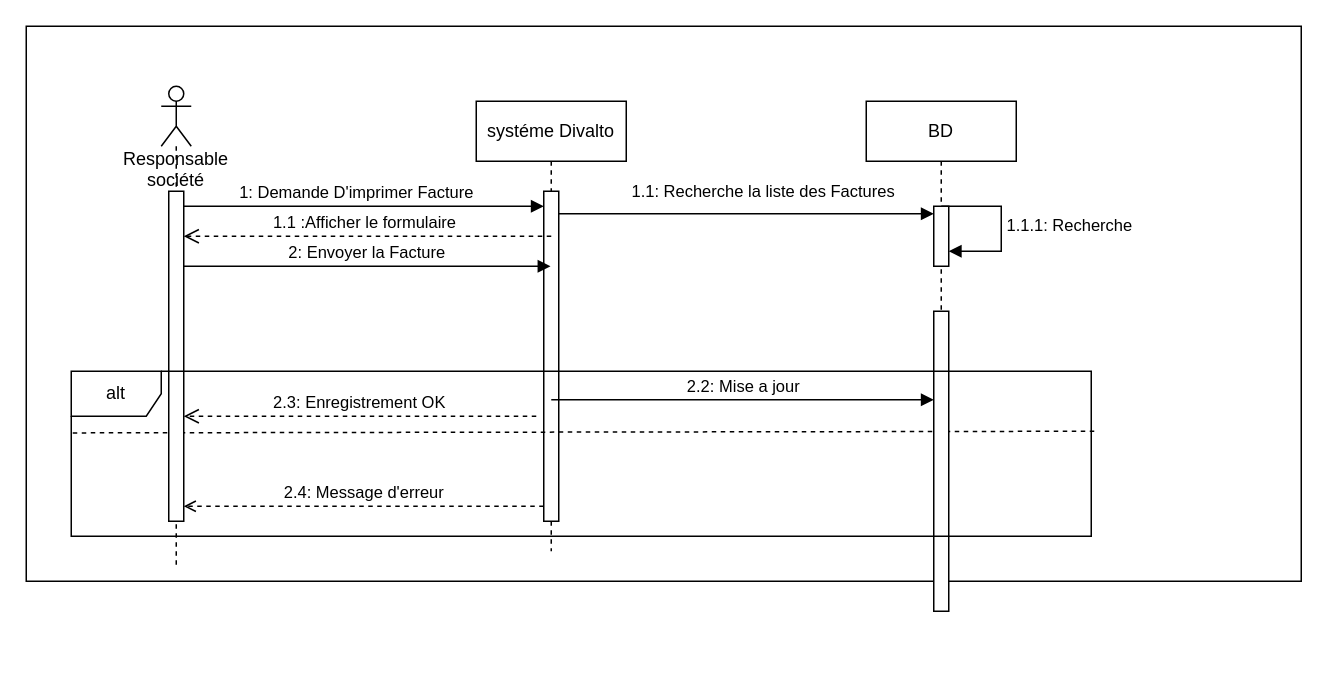
labidimahdi/diagrams keeps this draw.io diagram as imp.drawio. Above is the earlier version. Source tidied: cells renumbered, new cells numbered last; positions are measured from the earlier drawing's top-left corner, leaving out a move shared by most shapes. Both pictures are drawn from the tidied source at 150%, with x=0, y=0 at pixel (26, 26).
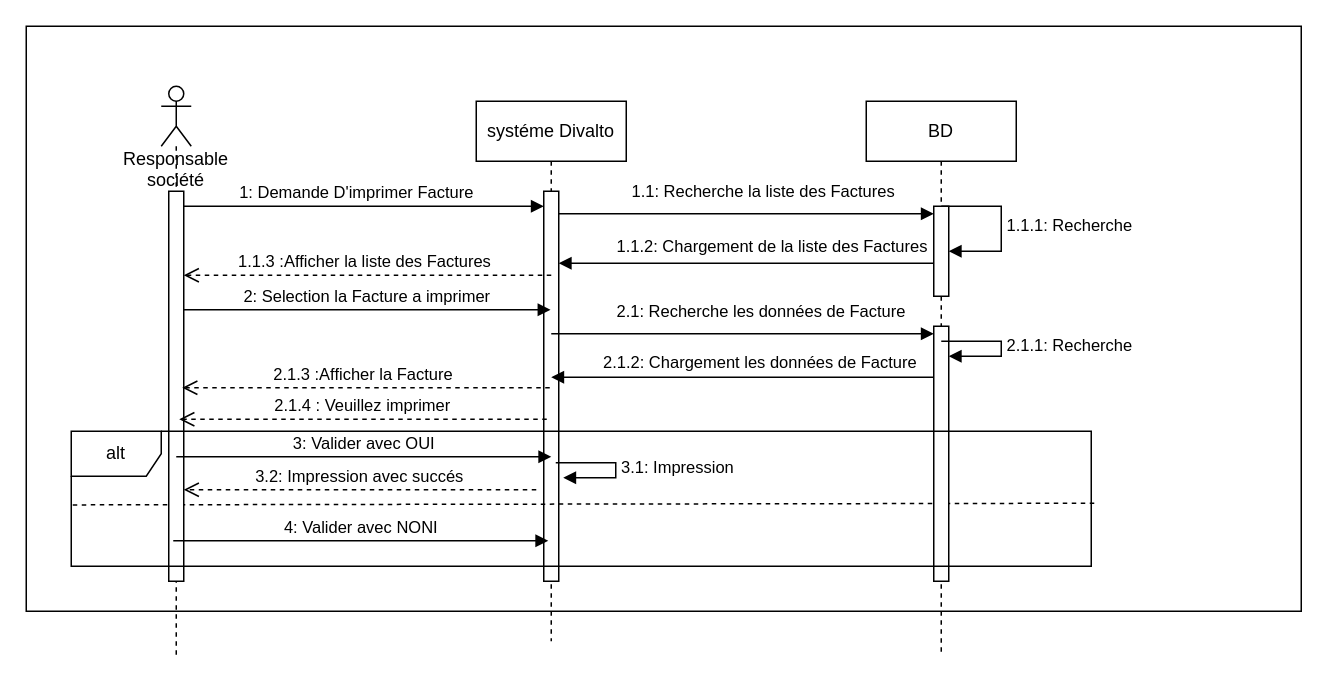
After the change.

Commit message (it also covers changes not shown here):
Mettre à jour imp.drawio

Change to the diagram source:
```diff
@@
     <mxCell id="2" style="rounded=0;whiteSpace=wrap;html=1;" parent="1" vertex="1">
-      <mxGeometry width="850" height="370" as="geometry" />
+      <mxGeometry width="850" height="390" as="geometry" />
     </mxCell>
     <mxCell id="3" value="systéme Divalto" style="shape=umlLifeline;perimeter=lifelinePerimeter;whiteSpace=wrap;html=1;outlineConnect=0;portConstraint=eastwest;newEdgeStyle={&quot;edgeStyle&quot;:&quot;elbowEdgeStyle&quot;,&quot;elbow&quot;:&quot;vertical&quot;,&quot;curved&quot;:0,&quot;rounded&quot;:0};" parent="1" vertex="1">
-      <mxGeometry x="300" y="50" width="100" height="300" as="geometry" />
+      <mxGeometry x="300" y="50" width="100" height="360" as="geometry" />
     </mxCell>
@@
     <mxCell id="5" style="html=1;points=[];perimeter=orthogonalPerimeter;outlineConnect=0;targetShapes=umlLifeline;portConstraint=eastwest;newEdgeStyle={&quot;edgeStyle&quot;:&quot;elbowEdgeStyle&quot;,&quot;elbow&quot;:&quot;vertical&quot;,&quot;curved&quot;:0,&quot;rounded&quot;:0};" parent="3" vertex="1">
-      <mxGeometry x="45" y="60" width="10" height="220" as="geometry" />
+      <mxGeometry x="45" y="60" width="10" height="260" as="geometry" />
     </mxCell>
@@
     <mxCell id="7" style="html=1;verticalAlign=bottom;endArrow=none;dashed=1;endSize=8;elbow=vertical;rounded=0;entryX=0;entryY=0.455;entryDx=0;entryDy=0;entryPerimeter=0;exitX=1.003;exitY=0.445;exitDx=0;exitDy=0;exitPerimeter=0;endFill=0;" parent="1" edge="1">
       <mxGeometry relative="1" as="geometry">
-        <mxPoint x="712" y="270" as="sourcePoint" />
-        <mxPoint x="30" y="271.1" as="targetPoint" />
+        <mxPoint x="712" y="318" as="sourcePoint" />
+        <mxPoint x="30" y="319.1" as="targetPoint" />
       </mxGeometry>
     </mxCell>
-    <mxCell id="8" value="2: Envoyer la Facture" style="html=1;verticalAlign=bottom;endArrow=block;edgeStyle=elbowEdgeStyle;elbow=vertical;curved=0;rounded=0;" parent="1" edge="1" source="10" target="3">
+    <mxCell id="8" value="2: Selection la Facture a imprimer" style="html=1;verticalAlign=bottom;endArrow=block;edgeStyle=elbowEdgeStyle;elbow=vertical;curved=0;rounded=0;" parent="1" edge="1">
       <mxGeometry relative="1" as="geometry">
+        <mxPoint x="105" y="189" as="sourcePoint" />
+        <mxPoint x="349.5" y="189" as="targetPoint" />
         <Array as="points">
-          <mxPoint x="190" y="160" />
+          <mxPoint x="190" y="189" />
         </Array>
       </mxGeometry>
     </mxCell>
     <mxCell id="9" value="&lt;br&gt;&lt;br&gt;&lt;br&gt;&lt;br&gt;&lt;br&gt;Responsable société" style="shape=umlLifeline;perimeter=lifelinePerimeter;whiteSpace=wrap;html=1;newEdgeStyle={&quot;edgeStyle&quot;:&quot;elbowEdgeStyle&quot;,&quot;elbow&quot;:&quot;vertical&quot;,&quot;curved&quot;:0,&quot;rounded&quot;:0};participant=umlActor;align=center;" parent="1" vertex="1">
-      <mxGeometry x="90" y="40" width="20" height="320" as="geometry" />
+      <mxGeometry x="90" y="40" width="20" height="380" as="geometry" />
     </mxCell>
     <mxCell id="10" style="html=1;points=[];perimeter=orthogonalPerimeter;outlineConnect=0;targetShapes=umlLifeline;portConstraint=eastwest;newEdgeStyle={&quot;edgeStyle&quot;:&quot;elbowEdgeStyle&quot;,&quot;elbow&quot;:&quot;vertical&quot;,&quot;curved&quot;:0,&quot;rounded&quot;:0};" parent="9" vertex="1">
-      <mxGeometry x="5" y="70" width="10" height="220" as="geometry" />
+      <mxGeometry x="5" y="70" width="10" height="260" as="geometry" />
     </mxCell>
     <mxCell id="11" value="BD" style="shape=umlLifeline;perimeter=lifelinePerimeter;whiteSpace=wrap;html=1;newEdgeStyle={&quot;edgeStyle&quot;:&quot;elbowEdgeStyle&quot;,&quot;elbow&quot;:&quot;vertical&quot;,&quot;curved&quot;:0,&quot;rounded&quot;:0};" parent="1" vertex="1">
-      <mxGeometry x="560" y="50" width="100" height="310" as="geometry" />
+      <mxGeometry x="560" y="50" width="100" height="370" as="geometry" />
     </mxCell>
     <mxCell id="12" style="html=1;points=[];perimeter=orthogonalPerimeter;outlineConnect=0;targetShapes=umlLifeline;portConstraint=eastwest;newEdgeStyle={&quot;edgeStyle&quot;:&quot;elbowEdgeStyle&quot;,&quot;elbow&quot;:&quot;vertical&quot;,&quot;curved&quot;:0,&quot;rounded&quot;:0};" parent="11" vertex="1">
-      <mxGeometry x="45" y="140" width="10" height="200" as="geometry" />
+      <mxGeometry x="45" y="150" width="10" height="170" as="geometry" />
     </mxCell>
     <mxCell id="13" style="html=1;perimeter=orthogonalPerimeter;targetShapes=umlLifeline;newEdgeStyle={&quot;edgeStyle&quot;:&quot;elbowEdgeStyle&quot;,&quot;elbow&quot;:&quot;vertical&quot;,&quot;curved&quot;:0,&quot;rounded&quot;:0};" parent="11" vertex="1">
-      <mxGeometry x="45" y="70" width="10" height="40" as="geometry" />
+      <mxGeometry x="45" y="70" width="10" height="60" as="geometry" />
     </mxCell>
-    <mxCell id="14" value="1.1 :Afficher le formulaire&amp;nbsp;" style="html=1;verticalAlign=bottom;endArrow=open;dashed=1;endSize=8;edgeStyle=elbowEdgeStyle;elbow=vertical;curved=0;rounded=0;" parent="1" edge="1" target="10">
+    <mxCell id="14" value="1.1.3 :Afficher la liste des Factures&amp;nbsp;" style="html=1;verticalAlign=bottom;endArrow=open;dashed=1;endSize=8;edgeStyle=elbowEdgeStyle;elbow=vertical;curved=0;rounded=0;" parent="1" edge="1">
       <mxGeometry relative="1" as="geometry">
-        <mxPoint x="350" y="140" as="sourcePoint" />
+        <mxPoint x="350" y="166" as="sourcePoint" />
+        <mxPoint x="105" y="166" as="targetPoint" />
       </mxGeometry>
     </mxCell>
     <mxCell id="15" value="alt" style="shape=umlFrame;whiteSpace=wrap;html=1;" parent="1" vertex="1">
-      <mxGeometry x="30" y="230" width="680" height="110" as="geometry" />
+      <mxGeometry x="30" y="270" width="680" height="90" as="geometry" />
     </mxCell>
-    <mxCell id="16" value="2.3: Enregistrement OK" style="html=1;verticalAlign=bottom;endArrow=open;dashed=1;endSize=8;edgeStyle=elbowEdgeStyle;elbow=vertical;curved=0;rounded=0;" parent="1" edge="1" target="10">
+    <mxCell id="16" value="3.2: Impression avec succés" style="html=1;verticalAlign=bottom;endArrow=open;dashed=1;endSize=8;edgeStyle=elbowEdgeStyle;elbow=vertical;curved=0;rounded=0;" parent="1" edge="1">
       <mxGeometry relative="1" as="geometry">
-        <mxPoint x="340" y="260" as="sourcePoint" />
+        <mxPoint x="340" y="309" as="sourcePoint" />
+        <mxPoint x="105" y="309" as="targetPoint" />
       </mxGeometry>
     </mxCell>
-    <mxCell id="17" value="2.2: Mise a jour" style="html=1;verticalAlign=bottom;endArrow=block;edgeStyle=elbowEdgeStyle;elbow=horizontal;curved=0;rounded=0;" parent="1" edge="1">
-      <mxGeometry relative="1" as="geometry">
-        <mxPoint x="350" y="249" as="sourcePoint" />
-        <mxPoint x="605" y="249" as="targetPoint" />
-      </mxGeometry>
-    </mxCell>
-    <mxCell id="18" value="2.4: Message d'erreur" style="html=1;verticalAlign=bottom;endArrow=open;edgeStyle=elbowEdgeStyle;elbow=vertical;curved=0;rounded=0;dashed=1;endFill=0;" parent="1" edge="1" source="5">
-      <mxGeometry relative="1" as="geometry">
-        <mxPoint x="105" y="320" as="targetPoint" />
-      </mxGeometry>
-    </mxCell>
@@
+    <mxCell id="20" value="1.1.2: Chargement de la liste des Factures" style="html=1;align=left;spacingLeft=2;endArrow=block;rounded=0;rounded=0;" parent="1" edge="1">
+      <mxGeometry x="0.72" y="-11" relative="1" as="geometry">
+        <mxPoint x="605" y="158" as="sourcePoint" />
+        <mxPoint x="355" y="158" as="targetPoint" />
+      </mxGeometry>
+    </mxCell>
+    <mxCell id="21" value="2.1: Recherche les données de Facture&amp;nbsp;" style="html=1;align=left;spacingLeft=2;endArrow=block;rounded=0;rounded=0;" parent="1" edge="1">
+      <mxGeometry x="-0.69" y="15" relative="1" as="geometry">
+        <mxPoint x="350" y="205" as="sourcePoint" />
+        <mxPoint x="605" y="205" as="targetPoint" />
+      </mxGeometry>
+    </mxCell>
+    <mxCell id="22" value="2.1.2: Chargement les données de Facture" style="html=1;align=left;spacingLeft=2;endArrow=block;rounded=0;rounded=0;" parent="1" edge="1">
+      <mxGeometry x="0.76" y="-10" relative="1" as="geometry">
+        <mxPoint x="605" y="234" as="sourcePoint" />
+        <mxPoint x="350" y="234" as="targetPoint" />
+      </mxGeometry>
+    </mxCell>
+    <mxCell id="23" value="2.1.1: Recherche" style="html=1;align=left;spacingLeft=2;endArrow=block;rounded=0;edgeStyle=orthogonalEdgeStyle;curved=0;rounded=0;" parent="1" edge="1" target="12">
+      <mxGeometry relative="1" as="geometry">
+        <mxPoint x="610" y="210" as="sourcePoint" />
+        <Array as="points">
+          <mxPoint x="650" y="210" />
+          <mxPoint x="650" y="220" />
+        </Array>
+      </mxGeometry>
+    </mxCell>
+    <mxCell id="24" value="2.1.4 : Veuillez imprimer" style="html=1;verticalAlign=bottom;endArrow=open;dashed=1;endSize=8;edgeStyle=elbowEdgeStyle;elbow=vertical;curved=0;rounded=0;" parent="1" edge="1">
+      <mxGeometry relative="1" as="geometry">
+        <mxPoint x="347" y="262" as="sourcePoint" />
+        <mxPoint x="102" y="262" as="targetPoint" />
+      </mxGeometry>
+    </mxCell>
+    <mxCell id="25" value="2.1.3 :Afficher la Facture&amp;nbsp;" style="html=1;verticalAlign=bottom;endArrow=open;dashed=1;endSize=8;edgeStyle=elbowEdgeStyle;elbow=vertical;curved=0;rounded=0;" parent="1" edge="1">
+      <mxGeometry relative="1" as="geometry">
+        <mxPoint x="349" y="241" as="sourcePoint" />
+        <mxPoint x="104" y="241" as="targetPoint" />
+      </mxGeometry>
+    </mxCell>
+    <mxCell id="26" value="3: Valider avec OUI" style="html=1;verticalAlign=bottom;endArrow=block;edgeStyle=elbowEdgeStyle;elbow=vertical;curved=0;rounded=0;" parent="1" edge="1">
+      <mxGeometry relative="1" as="geometry">
+        <mxPoint x="100" y="287" as="sourcePoint" />
+        <mxPoint x="350" y="287" as="targetPoint" />
+        <Array as="points">
+          <mxPoint x="185" y="287" />
+        </Array>
+      </mxGeometry>
+    </mxCell>
+    <mxCell id="27" value="3.1: Impression" style="html=1;align=left;spacingLeft=2;endArrow=block;rounded=0;edgeStyle=orthogonalEdgeStyle;curved=0;rounded=0;" parent="1" edge="1">
+      <mxGeometry relative="1" as="geometry">
+        <mxPoint x="353" y="291" as="sourcePoint" />
+        <mxPoint x="358" y="301" as="targetPoint" />
+        <Array as="points">
+          <mxPoint x="393" y="291" />
+          <mxPoint x="393" y="301" />
+        </Array>
+      </mxGeometry>
+    </mxCell>
+    <mxCell id="28" value="4: Valider avec NONI" style="html=1;verticalAlign=bottom;endArrow=block;edgeStyle=elbowEdgeStyle;elbow=vertical;curved=0;rounded=0;" parent="1" edge="1">
+      <mxGeometry relative="1" as="geometry">
+        <mxPoint x="98" y="343" as="sourcePoint" />
+        <mxPoint x="348" y="343" as="targetPoint" />
+        <Array as="points">
+          <mxPoint x="183" y="343" />
+        </Array>
+      </mxGeometry>
+    </mxCell>
```
